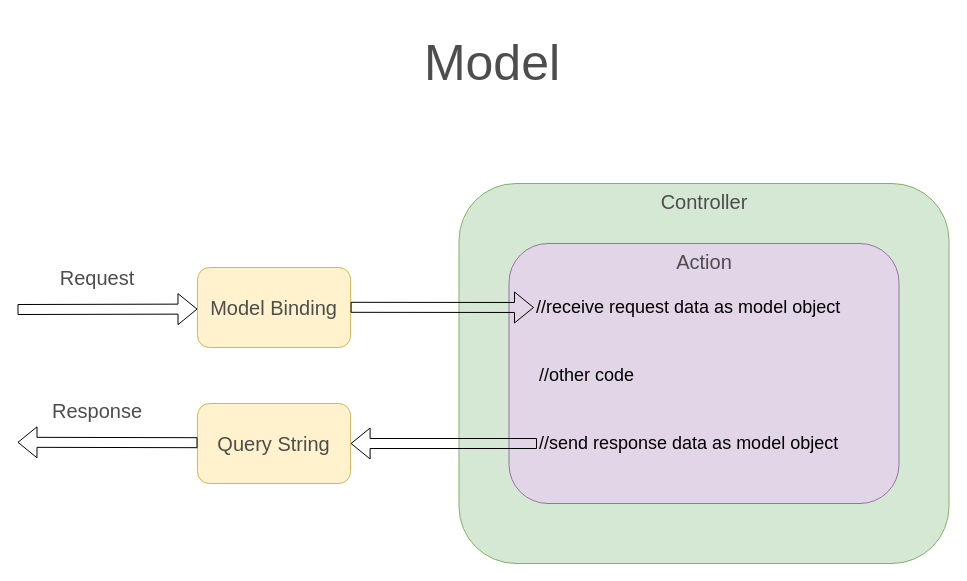
Above: page "模型" (15 of 15) of charts/ASP.NET_Core_Ultimate_Guide.drawio in ankium/mindnotes (draw.io), before the change. Source tidied: cells renumbered, new cells numbered last; positions are measured from the earlier drawing's top-left corner, leaving out a move shared by most shapes. Both pictures are drawn from the tidied source at 100%, with x=0, y=0 at pixel (17, 17).
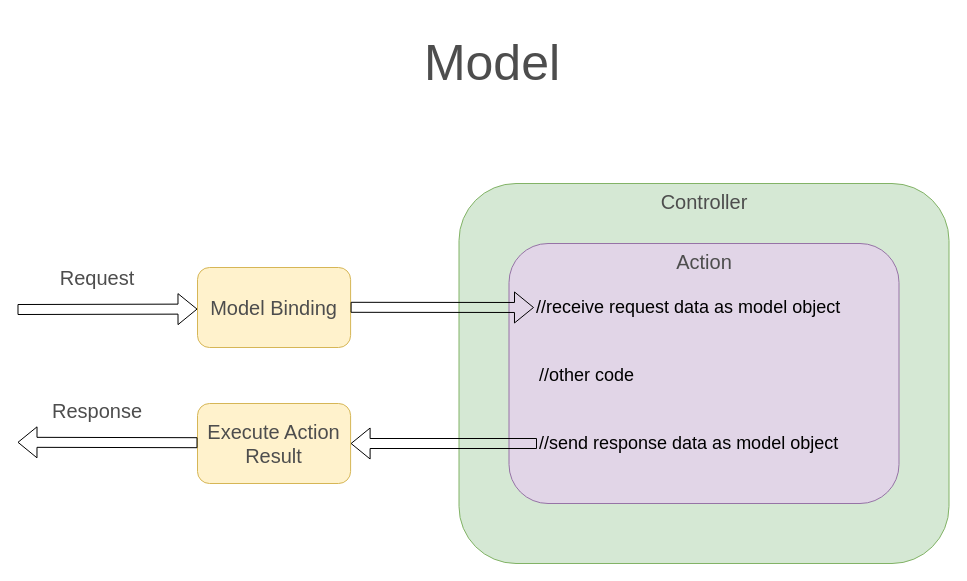
The same diagram, later.

Commit message (it also covers changes not shown here):
更新笔记和图表

Diff of the diagram source:
```diff
@@
 <mxGraphModel>
   <root>
     <mxCell id="0" />
     <mxCell id="1" parent="0" />
     <mxCell id="2" value="Model" style="text;html=1;whiteSpace=wrap;strokeColor=none;fillColor=none;align=center;verticalAlign=middle;rounded=0;fontSize=50;fontColor=#4D4D4D;" parent="1" vertex="1">
       <mxGeometry x="80" width="790" height="90" as="geometry" />
     </mxCell>
     <mxCell id="3" style="group;" parent="1" vertex="1">
       <mxGeometry y="166" width="931.5" height="380" as="geometry" />
     </mxCell>
     <mxCell id="4" value="Controller" style="rounded=1;whiteSpace=wrap;html=1;fillColor=#d5e8d4;strokeColor=#82b366;fontColor=#4D4D4D;verticalAlign=top;fontSize=20;" parent="3" vertex="1">
       <mxGeometry x="441.5" width="490" height="380" as="geometry" />
     </mxCell>
     <mxCell id="5" style="edgeStyle=none;curved=1;rounded=0;orthogonalLoop=1;jettySize=auto;html=1;fontSize=12;shape=flexArrow;fontColor=#4D4D4D;" parent="3" edge="1">
       <mxGeometry relative="1" as="geometry">
         <mxPoint y="126" as="sourcePoint" />
         <mxPoint x="180" y="125.6" as="targetPoint" />
       </mxGeometry>
     </mxCell>
     <mxCell id="6" value="Request" style="text;html=1;whiteSpace=wrap;strokeColor=none;fillColor=none;align=center;verticalAlign=middle;rounded=0;fontSize=20;fontColor=#4D4D4D;" parent="3" vertex="1">
       <mxGeometry y="74" width="160" height="40" as="geometry" />
     </mxCell>
     <mxCell id="7" value="Action" style="rounded=1;whiteSpace=wrap;html=1;fontSize=20;fillColor=#e1d5e7;strokeColor=#9673a6;fontColor=#4D4D4D;verticalAlign=top;" parent="3" vertex="1">
       <mxGeometry x="491.5" y="60" width="390" height="260" as="geometry" />
     </mxCell>
     <mxCell id="8" value="Model Binding" style="rounded=1;whiteSpace=wrap;html=1;fontSize=20;fillColor=#fff2cc;strokeColor=#d6b656;fontColor=#4D4D4D;" parent="3" vertex="1">
       <mxGeometry x="180" y="84" width="153.1" height="80" as="geometry" />
     </mxCell>
-    <mxCell id="9" value="Query String" style="rounded=1;whiteSpace=wrap;html=1;fontSize=20;fillColor=#fff2cc;strokeColor=#d6b656;fontColor=#4D4D4D;" parent="3" vertex="1">
+    <mxCell id="9" value="Execute Action Result" style="rounded=1;whiteSpace=wrap;html=1;fontSize=20;fillColor=#fff2cc;strokeColor=#d6b656;fontColor=#4D4D4D;" parent="3" vertex="1">
       <mxGeometry x="180" y="220" width="153.1" height="80" as="geometry" />
     </mxCell>
     <mxCell id="10" style="edgeStyle=none;curved=1;rounded=0;orthogonalLoop=1;jettySize=auto;html=1;fontSize=12;shape=flexArrow;fontColor=#4D4D4D;" parent="3" edge="1">
       <mxGeometry relative="1" as="geometry">
         <mxPoint x="180" y="259.2" as="sourcePoint" />
         <mxPoint y="258.8" as="targetPoint" />
       </mxGeometry>
     </mxCell>
     <mxCell id="11" value="Response" style="text;html=1;whiteSpace=wrap;strokeColor=none;fillColor=none;align=center;verticalAlign=middle;rounded=0;fontSize=20;fontColor=#4D4D4D;" parent="3" vertex="1">
       <mxGeometry y="207.2" width="160" height="40" as="geometry" />
     </mxCell>
     <mxCell id="12" style="edgeStyle=none;curved=1;rounded=0;jettySize=auto;html=1;fontSize=12;shape=flexArrow;fontColor=#4D4D4D;entryX=1;entryY=0.5;entryDx=0;entryDy=0;exitX=0;exitY=0.5;exitDx=0;exitDy=0;" parent="3" edge="1" source="16" target="9">
       <mxGeometry relative="1" as="geometry" />
     </mxCell>
     <mxCell id="13" style="edgeStyle=none;curved=1;rounded=0;jettySize=auto;html=1;fontSize=12;shape=flexArrow;fontColor=#4D4D4D;entryX=0;entryY=0.5;entryDx=0;entryDy=0;" parent="3" edge="1" target="14">
       <mxGeometry relative="1" as="geometry">
         <mxPoint x="333.1" y="123.8" as="sourcePoint" />
       </mxGeometry>
     </mxCell>
     <mxCell id="14" value="//receive request data as model object" style="text;html=1;whiteSpace=wrap;strokeColor=none;fillColor=none;align=left;verticalAlign=middle;rounded=0;fontSize=18;" parent="3" vertex="1">
       <mxGeometry x="516.5" y="109" width="330" height="30" as="geometry" />
     </mxCell>
     <mxCell id="15" value="//other code" style="text;html=1;whiteSpace=wrap;strokeColor=none;fillColor=none;align=left;verticalAlign=middle;rounded=0;fontSize=18;" parent="3" vertex="1">
       <mxGeometry x="519.5" y="177.2" width="270" height="30" as="geometry" />
     </mxCell>
     <mxCell id="16" value="//send response data as model object" style="text;html=1;whiteSpace=wrap;strokeColor=none;fillColor=none;align=left;verticalAlign=middle;rounded=0;fontSize=18;" parent="3" vertex="1">
       <mxGeometry x="519.5" y="245" width="307" height="30" as="geometry" />
     </mxCell>
   </root>
 </mxGraphModel>
```
